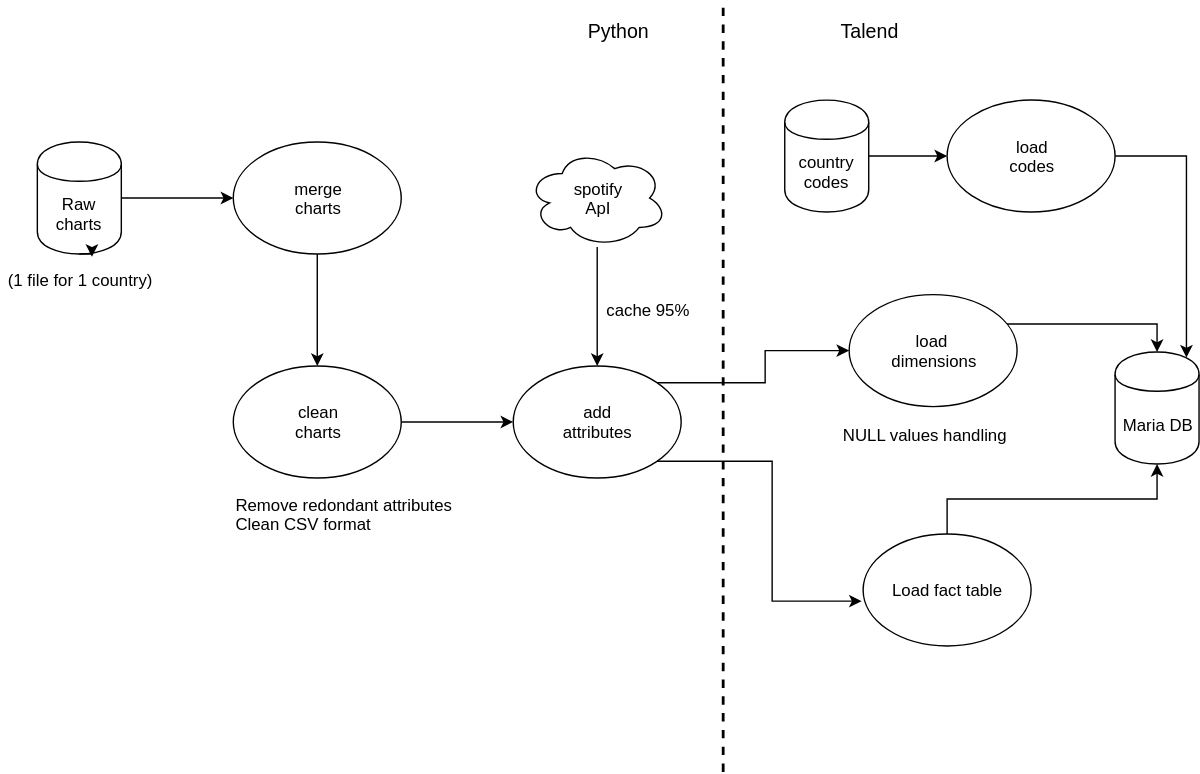
AlexChanson/DW keeps this draw.io diagram as figures/master_job.svg. Above is the earlier version. Source tidied: cells renumbered, new cells last; positions are measured from the earlier drawing's top-left corner, leaving out a move shared by most shapes.
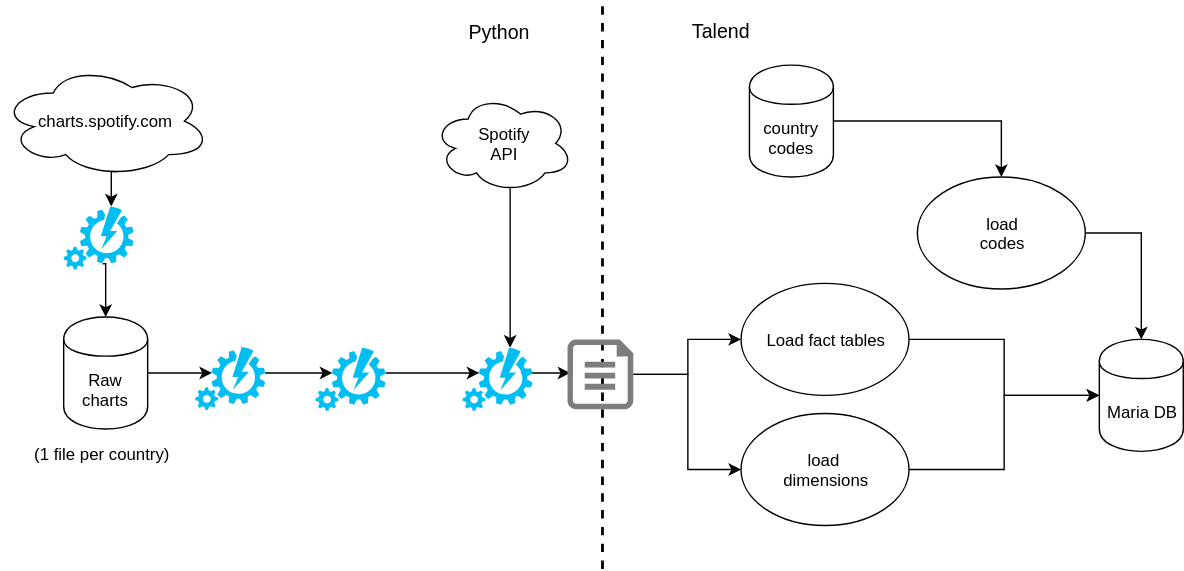
Later version of the same file.

What changed in the source:
```diff
@@ -2,99 +2,101 @@
   <root>
     <mxCell id="0" />
     <mxCell id="1" parent="0" />
-    <mxCell id="2" style="edgeStyle=orthogonalEdgeStyle;rounded=0;html=1;jettySize=auto;" parent="1" edge="1" source="3">
-      <mxGeometry relative="1" as="geometry">
-        <mxPoint x="166" y="140" as="targetPoint" />
-      </mxGeometry>
-    </mxCell>
+    <mxCell id="30" style="edgeStyle=orthogonalEdgeStyle;rounded=0;html=1;exitX=1;exitY=0.5;entryX=0.23;entryY=0.41;entryPerimeter=0;jettySize=auto;" parent="1" edge="1" source="3" target="37">
+      <mxGeometry relative="1" as="geometry" />
+    </mxCell>
     <mxCell id="3" value="&lt;span&gt;Raw chart&lt;/span&gt;s" style="shape=cylinder;whiteSpace=wrap;html=1;boundedLbl=1;backgroundOutline=1;" parent="1" vertex="1">
       <mxGeometry x="26" y="100" width="60" height="80" as="geometry" />
     </mxCell>
-    <mxCell id="4" value="&amp;nbsp;(1 file for 1 country)" style="text;html=1;align=left;verticalAlign=top;spacingTop=-4;" parent="1" vertex="1">
+    <mxCell id="4" value="&amp;nbsp;(1 file per country)" style="text;html=1;align=left;verticalAlign=top;spacingTop=-4;" parent="1" vertex="1">
       <mxGeometry y="189" width="120" height="20" as="geometry" />
     </mxCell>
-    <mxCell id="5" style="edgeStyle=orthogonalEdgeStyle;rounded=0;html=1;jettySize=auto;" parent="1" edge="1" source="6" target="8">
-      <mxGeometry relative="1" as="geometry" />
-    </mxCell>
-    <mxCell id="6" value="merge&lt;br&gt;charts&lt;br&gt;" style="ellipse;whiteSpace=wrap;html=1;" parent="1" vertex="1">
-      <mxGeometry x="166" y="100" width="120" height="80" as="geometry" />
-    </mxCell>
-    <mxCell id="7" style="edgeStyle=orthogonalEdgeStyle;rounded=0;html=1;jettySize=auto;" parent="1" edge="1" source="8" target="11">
-      <mxGeometry relative="1" as="geometry" />
-    </mxCell>
-    <mxCell id="8" value="clean&lt;br&gt;charts&lt;br&gt;" style="ellipse;whiteSpace=wrap;html=1;" parent="1" vertex="1">
-      <mxGeometry x="166" y="260" width="120" height="80" as="geometry" />
-    </mxCell>
-    <mxCell id="9" style="edgeStyle=orthogonalEdgeStyle;rounded=0;html=1;exitX=1;exitY=0;entryX=0;entryY=0.5;jettySize=auto;" parent="1" edge="1" source="11" target="15">
-      <mxGeometry relative="1" as="geometry" />
-    </mxCell>
-    <mxCell id="10" style="edgeStyle=orthogonalEdgeStyle;rounded=0;html=1;exitX=1;exitY=1;entryX=-0.008;entryY=0.594;entryPerimeter=0;jettySize=auto;" parent="1" edge="1" source="11" target="17">
-      <mxGeometry relative="1" as="geometry" />
-    </mxCell>
-    <mxCell id="11" value="add&lt;br&gt;attributes&lt;br&gt;" style="ellipse;whiteSpace=wrap;html=1;" parent="1" vertex="1">
-      <mxGeometry x="366" y="260" width="120" height="80" as="geometry" />
-    </mxCell>
-    <mxCell id="12" style="edgeStyle=orthogonalEdgeStyle;rounded=0;html=1;jettySize=auto;entryX=0.5;entryY=0;" parent="1" edge="1" source="13" target="11">
-      <mxGeometry relative="1" as="geometry" />
-    </mxCell>
+    <mxCell id="31" style="edgeStyle=orthogonalEdgeStyle;rounded=0;html=1;exitX=0.55;exitY=0.95;exitPerimeter=0;entryX=0.67;entryY=0;entryPerimeter=0;jettySize=auto;" parent="1" edge="1" source="13" target="41">
+      <mxGeometry relative="1" as="geometry" />
+    </mxCell>
-    <mxCell id="13" value="spotify&lt;br&gt;ApI&lt;br&gt;" style="ellipse;shape=cloud;whiteSpace=wrap;html=1;" parent="1" vertex="1">
-      <mxGeometry x="376" y="105" width="100" height="70" as="geometry" />
+    <mxCell id="13" value="Spotify&lt;br&gt;API&lt;br&gt;" style="ellipse;shape=cloud;whiteSpace=wrap;html=1;" parent="1" vertex="1">
+      <mxGeometry x="290" y="-59" width="100" height="70" as="geometry" />
     </mxCell>
-    <mxCell id="14" style="edgeStyle=orthogonalEdgeStyle;rounded=0;html=1;exitX=0.5;exitY=1;entryX=0.5;entryY=0;jettySize=auto;" parent="1" edge="1" source="15" target="18">
-      <mxGeometry relative="1" as="geometry">
-        <Array as="points">
-          <mxPoint x="666" y="230" />
-          <mxPoint x="826" y="230" />
-        </Array>
-      </mxGeometry>
+    <mxCell id="14" style="edgeStyle=orthogonalEdgeStyle;rounded=0;html=1;exitX=1;exitY=0.5;jettySize=auto;" parent="1" edge="1" source="15" target="18">
+      <mxGeometry relative="1" as="geometry" />
     </mxCell>
     <mxCell id="15" value="load&amp;nbsp;&lt;br&gt;dimensions" style="ellipse;whiteSpace=wrap;html=1;" parent="1" vertex="1">
-      <mxGeometry x="606" y="209" width="120" height="80" as="geometry" />
+      <mxGeometry x="510" y="169" width="120" height="80" as="geometry" />
     </mxCell>
-    <mxCell id="16" style="edgeStyle=orthogonalEdgeStyle;rounded=0;html=1;exitX=0.5;exitY=0;entryX=0.5;entryY=1;jettySize=auto;" parent="1" edge="1" source="17" target="18">
+    <mxCell id="16" style="edgeStyle=orthogonalEdgeStyle;rounded=0;html=1;exitX=1;exitY=0.5;entryX=0;entryY=0.5;jettySize=auto;" parent="1" edge="1" source="17" target="18">
       <mxGeometry relative="1" as="geometry" />
     </mxCell>
-    <mxCell id="17" value="Load fact table" style="ellipse;whiteSpace=wrap;html=1;" parent="1" vertex="1">
-      <mxGeometry x="616" y="380" width="120" height="80" as="geometry" />
+    <mxCell id="17" value="Load fact tables" style="ellipse;whiteSpace=wrap;html=1;" parent="1" vertex="1">
+      <mxGeometry x="510" y="76" width="120" height="80" as="geometry" />
     </mxCell>
     <mxCell id="18" value="Maria DB" style="shape=cylinder;whiteSpace=wrap;html=1;boundedLbl=1;backgroundOutline=1;" parent="1" vertex="1">
-      <mxGeometry x="796" y="250" width="60" height="80" as="geometry" />
+      <mxGeometry x="766" y="116" width="60" height="80" as="geometry" />
     </mxCell>
-    <mxCell id="19" value="Remove redondant attributes&lt;br&gt;Clean CSV format" style="text;html=1;align=left;verticalAlign=top;spacingTop=-4;" parent="1" vertex="1">
-      <mxGeometry x="166" y="350" width="170" height="30" as="geometry" />
-    </mxCell>
-    <mxCell id="20" style="edgeStyle=orthogonalEdgeStyle;rounded=0;html=1;exitX=0.5;exitY=1;entryX=0.65;entryY=1.025;entryPerimeter=0;jettySize=auto;orthogonalLoop=1;" parent="1" edge="1" source="3" target="3">
-      <mxGeometry relative="1" as="geometry" />
-    </mxCell>
-    <mxCell id="21" value="NULL values handling&lt;br&gt;" style="text;html=1;align=left;verticalAlign=top;spacingTop=-4;" parent="1" vertex="1">
-      <mxGeometry x="600" y="300" width="140" height="20" as="geometry" />
-    </mxCell>
-    <mxCell id="22" value="cache 95%" style="text;html=1;align=left;verticalAlign=top;spacingTop=-4;" parent="1" vertex="1">
-      <mxGeometry x="431" y="211" width="70" height="20" as="geometry" />
-    </mxCell>
     <mxCell id="23" style="endArrow=none;dashed=1;html=1;strokeWidth=2;" parent="1" edge="1">
       <mxGeometry relative="1" as="geometry">
-        <mxPoint x="516" y="550" as="sourcePoint" />
-        <mxPoint x="516" as="targetPoint" />
+        <mxPoint x="411" y="280" as="sourcePoint" />
+        <mxPoint x="411" y="-125" as="targetPoint" />
       </mxGeometry>
     </mxCell>
     <mxCell id="24" value="&lt;font style=&quot;font-size: 14px&quot;&gt;Python&lt;/font&gt;" style="text;html=1;strokeColor=none;fillColor=none;align=center;verticalAlign=middle;whiteSpace=wrap;rounded=0;" parent="1" vertex="1">
-      <mxGeometry x="421" y="10" width="40" height="20" as="geometry" />
+      <mxGeometry x="316" y="-114" width="40" height="20" as="geometry" />
     </mxCell>
     <mxCell id="25" value="&lt;font style=&quot;font-size: 14px&quot;&gt;Talend&lt;/font&gt;" style="text;html=1;strokeColor=none;fillColor=none;align=center;verticalAlign=middle;whiteSpace=wrap;rounded=0;" parent="1" vertex="1">
-      <mxGeometry x="600" y="10" width="40" height="20" as="geometry" />
+      <mxGeometry x="476" y="-115" width="40" height="20" as="geometry" />
     </mxCell>
-    <mxCell id="26" style="edgeStyle=orthogonalEdgeStyle;rounded=0;html=1;exitX=1;exitY=0.5;jettySize=auto;" parent="1" edge="1" source="27" target="29">
+    <mxCell id="26" style="edgeStyle=orthogonalEdgeStyle;rounded=0;html=1;exitX=1;exitY=0.5;entryX=0.5;entryY=0;jettySize=auto;" parent="1" edge="1" source="27" target="29">
       <mxGeometry relative="1" as="geometry" />
     </mxCell>
     <mxCell id="27" value="country codes" style="shape=cylinder;whiteSpace=wrap;html=1;boundedLbl=1;backgroundOutline=1;" parent="1" vertex="1">
-      <mxGeometry x="560" y="70" width="60" height="80" as="geometry" />
+      <mxGeometry x="516" y="-80" width="60" height="80" as="geometry" />
     </mxCell>
-    <mxCell id="28" style="edgeStyle=orthogonalEdgeStyle;rounded=0;html=1;exitX=1;exitY=0.5;entryX=0.85;entryY=0.05;entryPerimeter=0;jettySize=auto;" parent="1" edge="1" source="29" target="18">
+    <mxCell id="28" style="edgeStyle=orthogonalEdgeStyle;rounded=0;html=1;exitX=1;exitY=0.5;entryX=0.5;entryY=0;jettySize=auto;" parent="1" edge="1" source="29" target="18">
       <mxGeometry relative="1" as="geometry" />
     </mxCell>
     <mxCell id="29" value="&lt;div&gt;load&lt;/div&gt;&lt;div&gt;codes&lt;br&gt;&lt;/div&gt;" style="ellipse;whiteSpace=wrap;html=1;" parent="1" vertex="1">
-      <mxGeometry x="676" y="70" width="120" height="80" as="geometry" />
+      <mxGeometry x="636" width="120" height="80" as="geometry" />
     </mxCell>
+    <mxCell id="32" style="edgeStyle=orthogonalEdgeStyle;rounded=0;html=1;exitX=0.55;exitY=0.95;exitPerimeter=0;entryX=0.67;entryY=0;entryPerimeter=0;jettySize=auto;" parent="1" edge="1" source="33" target="35">
+      <mxGeometry relative="1" as="geometry" />
+    </mxCell>
+    <mxCell id="33" value="charts.spotify.com" style="ellipse;shape=cloud;whiteSpace=wrap;html=1;" parent="1" vertex="1">
+      <mxGeometry x="-19" y="-80" width="150" height="80" as="geometry" />
+    </mxCell>
+    <mxCell id="34" style="edgeStyle=orthogonalEdgeStyle;rounded=0;html=1;exitX=0.55;exitY=0.9;exitPerimeter=0;entryX=0.5;entryY=0;jettySize=auto;" parent="1" edge="1" source="35" target="3">
+      <mxGeometry relative="1" as="geometry" />
+    </mxCell>
+    <mxCell id="35" style="verticalLabelPosition=bottom;html=1;verticalAlign=top;align=center;strokeColor=none;fillColor=#00BEF2;shape=mxgraph.azure.automation;" parent="1" vertex="1">
+      <mxGeometry x="26" y="21" width="50" height="45" as="geometry" />
+    </mxCell>
+    <mxCell id="36" style="edgeStyle=orthogonalEdgeStyle;rounded=0;html=1;exitX=1;exitY=0.41;exitPerimeter=0;entryX=0.23;entryY=0.41;entryPerimeter=0;jettySize=auto;" parent="1" edge="1" source="37" target="39">
+      <mxGeometry relative="1" as="geometry" />
+    </mxCell>
+    <mxCell id="37" style="verticalLabelPosition=bottom;html=1;verticalAlign=top;align=center;strokeColor=none;fillColor=#00BEF2;shape=mxgraph.azure.automation;" parent="1" vertex="1">
+      <mxGeometry x="120" y="121.5" width="50" height="45" as="geometry" />
+    </mxCell>
+    <mxCell id="38" style="edgeStyle=orthogonalEdgeStyle;rounded=0;html=1;exitX=1;exitY=0.41;exitPerimeter=0;entryX=0.23;entryY=0.41;entryPerimeter=0;jettySize=auto;" parent="1" edge="1" source="39" target="41">
+      <mxGeometry relative="1" as="geometry" />
+    </mxCell>
+    <mxCell id="39" style="verticalLabelPosition=bottom;html=1;verticalAlign=top;align=center;strokeColor=none;fillColor=#00BEF2;shape=mxgraph.azure.automation;" parent="1" vertex="1">
+      <mxGeometry x="206" y="122" width="50" height="45" as="geometry" />
+    </mxCell>
+    <mxCell id="40" style="edgeStyle=orthogonalEdgeStyle;rounded=0;html=1;exitX=1;exitY=0.41;exitPerimeter=0;jettySize=auto;orthogonalLoop=1;entryX=0.213;entryY=0.48;entryPerimeter=0;" parent="1" edge="1">
+      <mxGeometry relative="1" as="geometry">
+        <mxPoint x="353" y="140" as="sourcePoint" />
+        <mxPoint x="388" y="140" as="targetPoint" />
+      </mxGeometry>
+    </mxCell>
+    <mxCell id="41" style="verticalLabelPosition=bottom;html=1;verticalAlign=top;align=center;strokeColor=none;fillColor=#00BEF2;shape=mxgraph.azure.automation;" parent="1" vertex="1">
+      <mxGeometry x="311" y="122" width="50" height="45" as="geometry" />
+    </mxCell>
+    <mxCell id="42" style="edgeStyle=orthogonalEdgeStyle;rounded=0;html=1;exitX=1;exitY=0.5;exitPerimeter=0;entryX=0;entryY=0.5;jettySize=auto;" parent="1" edge="1" source="44" target="17">
+      <mxGeometry relative="1" as="geometry" />
+    </mxCell>
+    <mxCell id="43" style="edgeStyle=orthogonalEdgeStyle;rounded=0;html=1;exitX=1;exitY=0.5;exitPerimeter=0;entryX=0;entryY=0.5;jettySize=auto;" parent="1" edge="1" source="44" target="15">
+      <mxGeometry relative="1" as="geometry" />
+    </mxCell>
+    <mxCell id="44" style="shadow=0;dashed=0;html=1;strokeColor=none;labelPosition=center;verticalLabelPosition=bottom;verticalAlign=top;align=center;shape=mxgraph.azure.file;fillColor=#7D7D7D;" parent="1" vertex="1">
+      <mxGeometry x="386" y="116" width="47" height="50" as="geometry" />
+    </mxCell>
   </root>
 </mxGraphModel>
```
